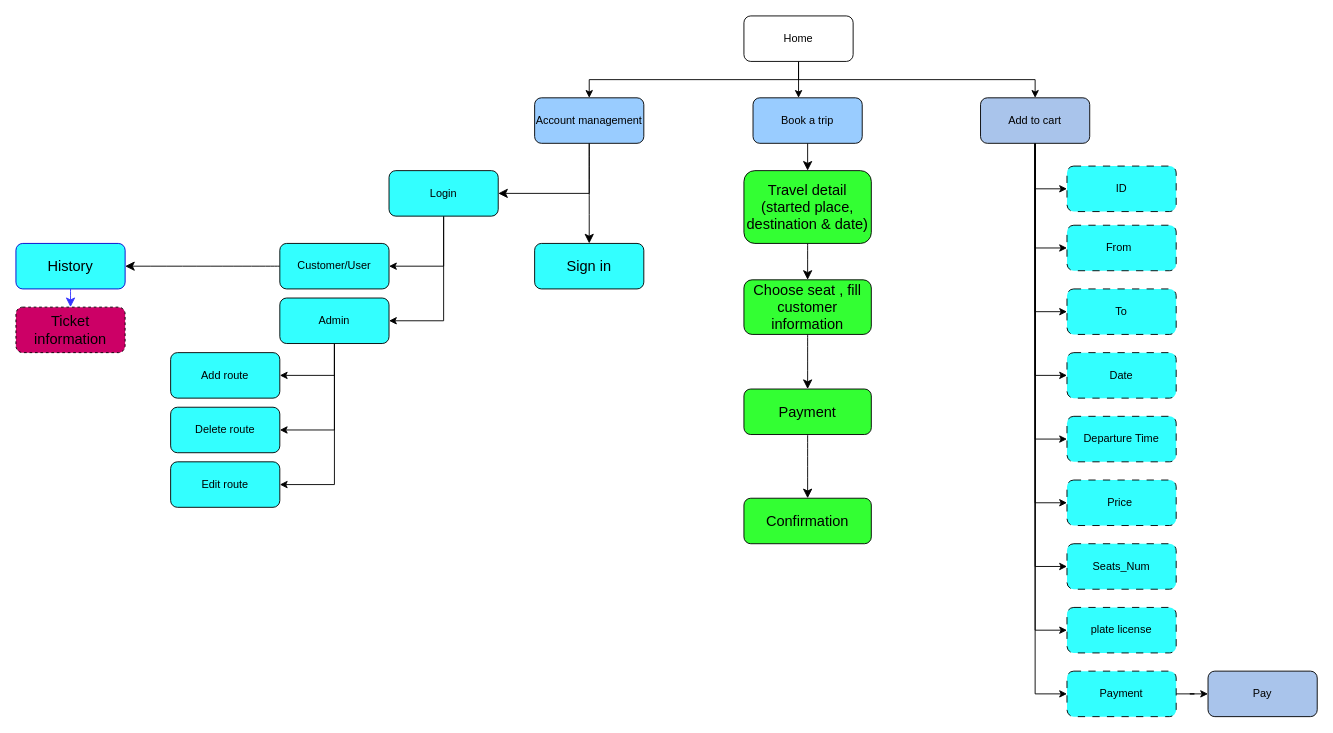
The draw.io diagram Untitled Diagram.drawio in nawhoangnguyen/test, before the edit. Source tidied: cells renumbered, new cells numbered last; positions are measured from the earlier drawing's top-left corner, leaving out a move shared by most shapes. Both pictures are drawn from the tidied source at 91%, with x=0, y=0 at pixel (15, 15).
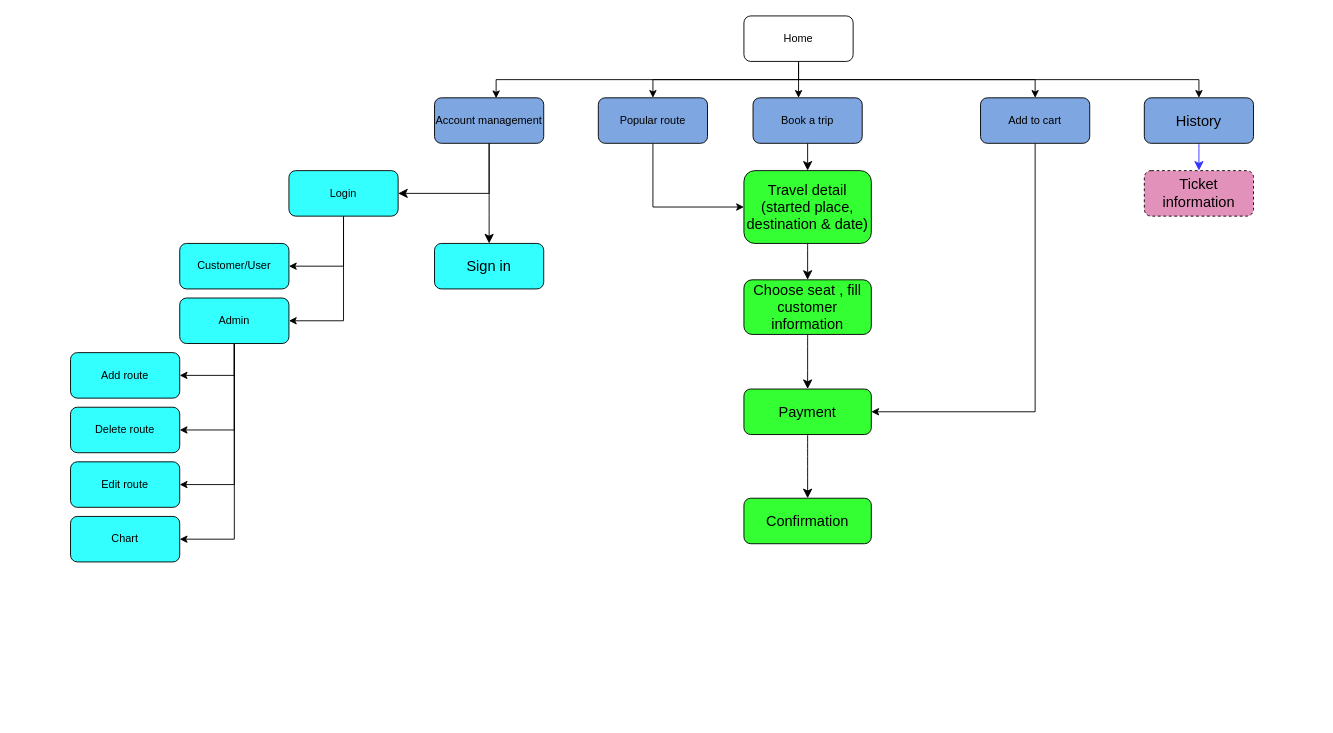
After the change.

Unchanged cells that the change refers to:
```xml
<mxCell id="5" value="Home" style="rounded=1;whiteSpace=wrap;html=1;" parent="1" vertex="1">
  <mxGeometry x="800" width="120" height="50" as="geometry" />
</mxCell>
<mxCell id="27" value="Travel detail&lt;br&gt;(started place, destination &amp;amp; date)" style="rounded=1;whiteSpace=wrap;html=1;fontSize=16;fillColor=#33FF33;" parent="1" vertex="1">
  <mxGeometry x="800" y="170" width="140" height="80" as="geometry" />
</mxCell>
```

What changed in the source:
```diff
@@
-    <mxCell id="4" style="edgeStyle=orthogonalEdgeStyle;rounded=0;jettySize=auto;html=1;" parent="1" edge="1" source="5" target="8">
+    <mxCell id="4" style="edgeStyle=orthogonalEdgeStyle;rounded=0;jettySize=auto;html=1;entryX=0.564;entryY=0.009;entryDx=0;entryDy=0;entryPerimeter=0;" parent="1" edge="1" source="5" target="8">
       <mxGeometry relative="1" as="geometry">
         <Array as="points">
           <mxPoint x="860" y="70" />
-          <mxPoint x="630" y="70" />
+          <mxPoint x="528" y="70" />
         </Array>
       </mxGeometry>
     </mxCell>
+    <mxCell id="58" style="edgeStyle=orthogonalEdgeStyle;rounded=0;jettySize=auto;html=1;" parent="1" edge="1" source="5" target="34">
+      <mxGeometry relative="1" as="geometry">
+        <Array as="points">
+          <mxPoint x="860" y="70" />
+          <mxPoint x="1300" y="70" />
+        </Array>
+      </mxGeometry>
+    </mxCell>
+    <mxCell id="59" style="edgeStyle=orthogonalEdgeStyle;rounded=0;jettySize=auto;html=1;entryX=0.5;entryY=0;entryDx=0;entryDy=0;" parent="1" edge="1" source="5" target="62">
+      <mxGeometry relative="1" as="geometry">
+        <Array as="points">
+          <mxPoint x="860" y="70" />
+          <mxPoint x="700" y="70" />
+        </Array>
+      </mxGeometry>
+    </mxCell>
@@
     <mxCell id="7" style="edgeStyle=none;rounded=0;jettySize=auto;html=1;entryX=1;entryY=0.5;entryDx=0;entryDy=0;fontSize=12;startSize=8;endSize=8;" parent="1" edge="1" source="8" target="11">
       <mxGeometry relative="1" as="geometry">
         <Array as="points">
-          <mxPoint x="630" y="195" />
+          <mxPoint x="520" y="195" />
         </Array>
       </mxGeometry>
     </mxCell>
-    <mxCell id="8" value="Account management" style="rounded=1;whiteSpace=wrap;html=1;fillColor=#99CCFF;" parent="1" vertex="1">
-      <mxGeometry x="570" y="90" width="120" height="50" as="geometry" />
+    <mxCell id="8" value="Account management" style="rounded=1;whiteSpace=wrap;html=1;fillColor=#7EA6E0;strokeColor=#000000;" parent="1" vertex="1">
+      <mxGeometry x="460" y="90" width="120" height="50" as="geometry" />
     </mxCell>
@@
     <mxCell id="11" value="Login" style="rounded=1;whiteSpace=wrap;html=1;fillColor=#33FFFF;" parent="1" vertex="1">
-      <mxGeometry x="410" y="170" width="120" height="50" as="geometry" />
+      <mxGeometry x="300" y="170" width="120" height="50" as="geometry" />
     </mxCell>
@@
-    <mxCell id="15" style="edgeStyle=none;curved=1;rounded=0;jettySize=auto;html=1;fontSize=12;startSize=8;endSize=8;" parent="1" edge="1" source="16" target="34">
-      <mxGeometry relative="1" as="geometry" />
-    </mxCell>
     <mxCell id="16" value="Customer/User" style="rounded=1;whiteSpace=wrap;html=1;fillColor=#33FFFF;" parent="1" vertex="1">
-      <mxGeometry x="290" y="250" width="120" height="50" as="geometry" />
+      <mxGeometry x="180" y="250" width="120" height="50" as="geometry" />
     </mxCell>
@@
+    <mxCell id="60" style="edgeStyle=orthogonalEdgeStyle;rounded=0;jettySize=auto;html=1;entryX=1;entryY=0.5;entryDx=0;entryDy=0;" parent="1" edge="1" source="20" target="63">
+      <mxGeometry relative="1" as="geometry" />
+    </mxCell>
     <mxCell id="20" value="Admin" style="rounded=1;whiteSpace=wrap;html=1;fillColor=#33FFFF;" parent="1" vertex="1">
-      <mxGeometry x="290" y="310" width="120" height="50" as="geometry" />
+      <mxGeometry x="180" y="310" width="120" height="50" as="geometry" />
     </mxCell>
     <mxCell id="21" value="Add route" style="rounded=1;whiteSpace=wrap;html=1;fillColor=#33FFFF;" parent="1" vertex="1">
-      <mxGeometry x="170" y="370" width="120" height="50" as="geometry" />
+      <mxGeometry x="60" y="370" width="120" height="50" as="geometry" />
     </mxCell>
     <mxCell id="22" value="Delete route" style="rounded=1;whiteSpace=wrap;html=1;fillColor=#33FFFF;" parent="1" vertex="1">
-      <mxGeometry x="170" y="430" width="120" height="50" as="geometry" />
+      <mxGeometry x="60" y="430" width="120" height="50" as="geometry" />
     </mxCell>
     <mxCell id="23" value="Edit route" style="rounded=1;whiteSpace=wrap;html=1;fillColor=#33FFFF;" parent="1" vertex="1">
-      <mxGeometry x="170" y="490" width="120" height="50" as="geometry" />
+      <mxGeometry x="60" y="490" width="120" height="50" as="geometry" />
     </mxCell>
@@
-    <mxCell id="25" value="Book a trip" style="rounded=1;whiteSpace=wrap;html=1;fillColor=#99CCFF;" parent="1" vertex="1">
+    <mxCell id="25" value="Book a trip" style="rounded=1;whiteSpace=wrap;html=1;fillColor=#7EA6E0;strokeColor=#000000;" parent="1" vertex="1">
       <mxGeometry x="810" y="90" width="120" height="50" as="geometry" />
     </mxCell>
@@
-    <mxCell id="34" value="History" style="rounded=1;whiteSpace=wrap;html=1;fontSize=16;fillColor=#33FFFF;strokeColor=#0000CC;" parent="1" vertex="1">
-      <mxGeometry y="250" width="120" height="50" as="geometry" />
+    <mxCell id="34" value="History" style="rounded=1;whiteSpace=wrap;html=1;fontSize=16;fillColor=#7EA6E0;strokeColor=#000000;" parent="1" vertex="1">
+      <mxGeometry x="1240" y="90" width="120" height="50" as="geometry" />
     </mxCell>
-    <mxCell id="35" value="Ticket information" style="rounded=1;whiteSpace=wrap;html=1;fontSize=16;dashed=1;fillColor=#CC0066;" parent="1" vertex="1">
-      <mxGeometry y="320" width="120" height="50" as="geometry" />
+    <mxCell id="35" value="Ticket information" style="rounded=1;whiteSpace=wrap;html=1;fontSize=16;dashed=1;fillColor=#e292ba;" parent="1" vertex="1">
+      <mxGeometry x="1240" y="170" width="120" height="50" as="geometry" />
     </mxCell>
     <mxCell id="36" value="Sign in" style="rounded=1;whiteSpace=wrap;html=1;fontSize=16;fillColor=#33FFFF;" parent="1" vertex="1">
-      <mxGeometry x="570" y="250" width="120" height="50" as="geometry" />
+      <mxGeometry x="460" y="250" width="120" height="50" as="geometry" />
     </mxCell>
-    <mxCell id="37" style="edgeStyle=orthogonalEdgeStyle;rounded=0;jettySize=auto;html=1;strokeColor=#000000;" parent="1" edge="1" source="46" target="47">
-      <mxGeometry relative="1" as="geometry">
-        <Array as="points">
-          <mxPoint x="1120" y="190" />
-        </Array>
-      </mxGeometry>
-    </mxCell>
-    <mxCell id="38" style="edgeStyle=orthogonalEdgeStyle;rounded=0;jettySize=auto;html=1;entryX=0;entryY=0.5;entryDx=0;entryDy=0;strokeColor=#000000;" parent="1" edge="1" source="46" target="49">
-      <mxGeometry relative="1" as="geometry" />
-    </mxCell>
-    <mxCell id="39" style="edgeStyle=orthogonalEdgeStyle;rounded=0;jettySize=auto;html=1;entryX=0;entryY=0.5;entryDx=0;entryDy=0;strokeColor=#000000;" parent="1" edge="1" source="46" target="50">
-      <mxGeometry relative="1" as="geometry" />
-    </mxCell>
-    <mxCell id="40" style="edgeStyle=orthogonalEdgeStyle;rounded=0;jettySize=auto;html=1;entryX=0;entryY=0.5;entryDx=0;entryDy=0;strokeColor=#000000;" parent="1" edge="1" source="46" target="51">
-      <mxGeometry relative="1" as="geometry">
-        <Array as="points">
-          <mxPoint x="1120" y="465" />
-        </Array>
-      </mxGeometry>
-    </mxCell>
-    <mxCell id="41" style="edgeStyle=orthogonalEdgeStyle;rounded=0;jettySize=auto;html=1;entryX=0;entryY=0.5;entryDx=0;entryDy=0;strokeColor=#000000;" parent="1" edge="1" source="46" target="52">
-      <mxGeometry relative="1" as="geometry" />
-    </mxCell>
-    <mxCell id="42" style="edgeStyle=orthogonalEdgeStyle;rounded=0;jettySize=auto;html=1;entryX=0;entryY=0.5;entryDx=0;entryDy=0;strokeColor=#000000;" parent="1" edge="1" source="46" target="53">
-      <mxGeometry relative="1" as="geometry" />
-    </mxCell>
-    <mxCell id="43" style="edgeStyle=orthogonalEdgeStyle;rounded=0;jettySize=auto;html=1;entryX=0;entryY=0.5;entryDx=0;entryDy=0;strokeColor=#000000;" parent="1" edge="1" source="46" target="54">
-      <mxGeometry relative="1" as="geometry" />
-    </mxCell>
-    <mxCell id="44" style="edgeStyle=orthogonalEdgeStyle;rounded=0;jettySize=auto;html=1;entryX=0;entryY=0.5;entryDx=0;entryDy=0;strokeColor=#000000;" parent="1" edge="1" source="46" target="56">
-      <mxGeometry relative="1" as="geometry" />
+    <mxCell id="44" style="edgeStyle=orthogonalEdgeStyle;rounded=0;jettySize=auto;html=1;strokeColor=#000000;" parent="1" edge="1" source="46">
+      <mxGeometry relative="1" as="geometry">
+        <mxPoint x="940" y="435" as="targetPoint" />
+        <Array as="points">
+          <mxPoint x="1120" y="435" />
+        </Array>
+      </mxGeometry>
     </mxCell>
-    <mxCell id="45" style="edgeStyle=orthogonalEdgeStyle;rounded=0;jettySize=auto;html=1;entryX=0;entryY=0.5;entryDx=0;entryDy=0;" parent="1" edge="1" source="46" target="48">
-      <mxGeometry relative="1" as="geometry" />
-    </mxCell>
-    <mxCell id="46" value="Add to cart" style="rounded=1;whiteSpace=wrap;html=1;fillColor=#A9C4EB;strokeColor=#000000;" parent="1" vertex="1">
+    <mxCell id="46" value="Add to cart" style="rounded=1;whiteSpace=wrap;html=1;fillColor=#7EA6E0;strokeColor=#000000;" parent="1" vertex="1">
       <mxGeometry x="1060" y="90" width="120" height="50" as="geometry" />
     </mxCell>
-    <mxCell id="47" value="ID" style="rounded=1;whiteSpace=wrap;html=1;fillColor=#33FFFF;strokeColor=#000000;dashed=1;dashPattern=8 8;" parent="1" vertex="1">
-      <mxGeometry x="1155" y="165" width="120" height="50" as="geometry" />
-    </mxCell>
-    <mxCell id="48" value="&amp;nbsp; &amp;nbsp;From&lt;span style=&quot;white-space: pre;&quot;&gt;&#9;&lt;/span&gt;" style="rounded=1;whiteSpace=wrap;html=1;fillColor=#33FFFF;strokeColor=#000000;dashed=1;dashPattern=8 8;" parent="1" vertex="1">
-      <mxGeometry x="1155" y="230" width="120" height="50" as="geometry" />
-    </mxCell>
-    <mxCell id="49" value="To" style="rounded=1;whiteSpace=wrap;html=1;fillColor=#33FFFF;strokeColor=#000000;dashed=1;dashPattern=8 8;" parent="1" vertex="1">
-      <mxGeometry x="1155" y="300" width="120" height="50" as="geometry" />
-    </mxCell>
-    <mxCell id="50" value="Date" style="rounded=1;whiteSpace=wrap;html=1;fillColor=#33FFFF;strokeColor=#000000;dashed=1;dashPattern=8 8;" parent="1" vertex="1">
-      <mxGeometry x="1155" y="370" width="120" height="50" as="geometry" />
-    </mxCell>
-    <mxCell id="51" value="Departure Time" style="rounded=1;whiteSpace=wrap;html=1;fillColor=#33FFFF;strokeColor=#000000;dashed=1;dashPattern=8 8;" parent="1" vertex="1">
-      <mxGeometry x="1155" y="440" width="120" height="50" as="geometry" />
-    </mxCell>
-    <mxCell id="52" value="Price&amp;nbsp;" style="rounded=1;whiteSpace=wrap;html=1;fillColor=#33FFFF;strokeColor=#000000;dashed=1;dashPattern=8 8;" parent="1" vertex="1">
-      <mxGeometry x="1155" y="510" width="120" height="50" as="geometry" />
-    </mxCell>
-    <mxCell id="53" value="plate license" style="rounded=1;whiteSpace=wrap;html=1;fillColor=#33FFFF;strokeColor=#000000;dashed=1;dashPattern=8 8;" parent="1" vertex="1">
-      <mxGeometry x="1155" y="650" width="120" height="50" as="geometry" />
-    </mxCell>
-    <mxCell id="54" value="Seats_Num" style="rounded=1;whiteSpace=wrap;html=1;fillColor=#33FFFF;strokeColor=#000000;dashed=1;dashPattern=8 8;" parent="1" vertex="1">
-      <mxGeometry x="1155" y="580" width="120" height="50" as="geometry" />
-    </mxCell>
-    <mxCell id="55" style="edgeStyle=orthogonalEdgeStyle;rounded=0;jettySize=auto;html=1;strokeColor=#000000;" parent="1" edge="1" source="56" target="57">
-      <mxGeometry relative="1" as="geometry" />
-    </mxCell>
-    <mxCell id="56" value="Payment" style="rounded=1;whiteSpace=wrap;html=1;fillColor=#33FFFF;strokeColor=#000000;dashed=1;dashPattern=8 8;" parent="1" vertex="1">
-      <mxGeometry x="1155" y="720" width="120" height="50" as="geometry" />
-    </mxCell>
-    <mxCell id="57" value="Pay" style="rounded=1;whiteSpace=wrap;html=1;fillColor=#A9C4EB;strokeColor=#000000;" parent="1" vertex="1">
-      <mxGeometry x="1310" y="720" width="120" height="50" as="geometry" />
-    </mxCell>
+    <mxCell id="61" style="edgeStyle=orthogonalEdgeStyle;rounded=0;jettySize=auto;html=1;entryX=0;entryY=0.5;entryDx=0;entryDy=0;" parent="1" edge="1" source="62" target="27">
+      <mxGeometry relative="1" as="geometry">
+        <Array as="points">
+          <mxPoint x="700" y="210" />
+        </Array>
+      </mxGeometry>
+    </mxCell>
+    <mxCell id="62" value="Popular route" style="rounded=1;whiteSpace=wrap;html=1;fillColor=#7EA6E0;strokeColor=#000000;" parent="1" vertex="1">
+      <mxGeometry x="640" y="90" width="120" height="50" as="geometry" />
+    </mxCell>
+    <mxCell id="63" value="Chart" style="rounded=1;whiteSpace=wrap;html=1;fillColor=#33FFFF;" parent="1" vertex="1">
+      <mxGeometry x="60" y="550" width="120" height="50" as="geometry" />
+    </mxCell>
```
